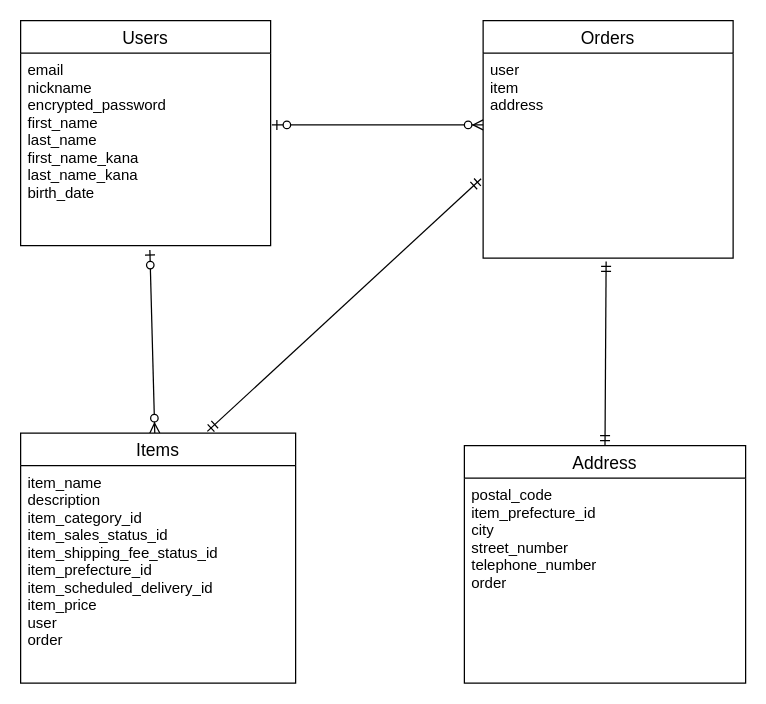
Earlier version of the draw.io diagram test.dio (Kenn1476/furima-39704). Source tidied: cells renumbered, new cells numbered last; positions are measured from the earlier drawing's top-left corner, leaving out a move shared by most shapes. Both pictures are drawn from the tidied source at 125%, with x=0, y=0 at pixel (20, 20).
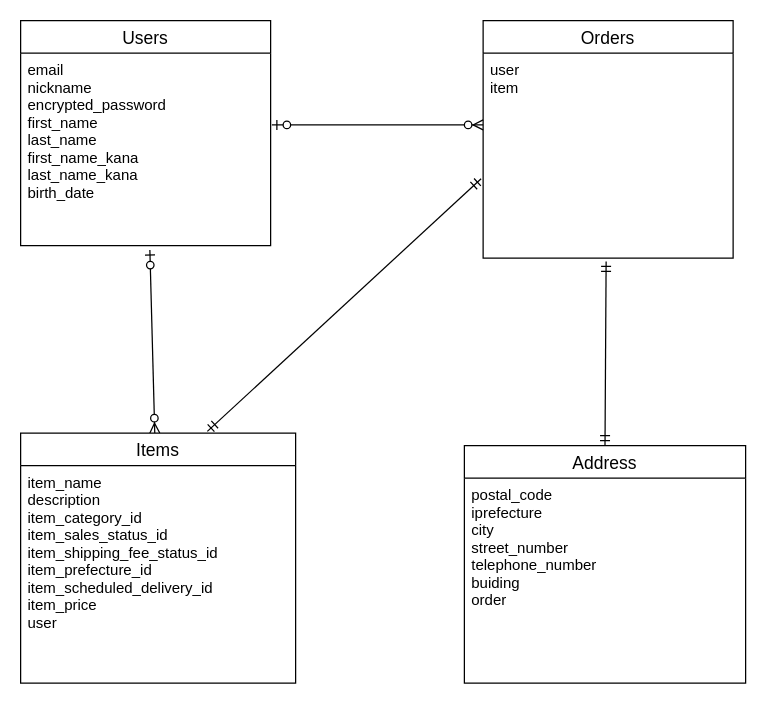
The same page after the edit.

Diff of the diagram source:
```diff
@@
 <mxGraphModel>
   <root>
     <mxCell id="0" />
     <mxCell id="1" parent="0" />
     <mxCell id="2" style="fontSize=12;html=1;endArrow=ERzeroToMany;startArrow=ERzeroToOne;exitX=0.517;exitY=1.023;exitDx=0;exitDy=0;shadow=0;exitPerimeter=0;" parent="1" edge="1" source="4" target="7">
       <mxGeometry relative="1" as="geometry" />
     </mxCell>
     <mxCell id="3" value="Users" style="swimlane;fontStyle=0;horizontal=1;startSize=26;align=center;fontSize=14;" parent="1" vertex="1">
       <mxGeometry width="200" height="180" as="geometry" />
     </mxCell>
     <mxCell id="4" value="email&#10;nickname&#10;encrypted_password&#10;first_name&#10;last_name&#10;first_name_kana&#10;last_name_kana&#10;birth_date" style="text;strokeColor=none;fillColor=none;spacingLeft=4;spacingRight=4;overflow=hidden;points=[[0,0.5],[1,0.5]];portConstraint=eastwest;fontSize=12;" parent="3" vertex="1">
       <mxGeometry y="26" width="200" height="154" as="geometry" />
     </mxCell>
     <mxCell id="5" value="Orders" style="swimlane;fontStyle=0;horizontal=1;startSize=26;align=center;fontSize=14;" parent="1" vertex="1">
       <mxGeometry x="370" width="200" height="190" as="geometry" />
     </mxCell>
-    <mxCell id="6" value="user&#10;item&#10;address" style="text;strokeColor=none;fillColor=none;spacingLeft=4;spacingRight=4;overflow=hidden;points=[[0,0.5],[1,0.5]];portConstraint=eastwest;fontSize=12;" parent="5" vertex="1">
+    <mxCell id="6" value="user&#10;item" style="text;strokeColor=none;fillColor=none;spacingLeft=4;spacingRight=4;overflow=hidden;points=[[0,0.5],[1,0.5]];portConstraint=eastwest;fontSize=12;" parent="5" vertex="1">
       <mxGeometry y="26" width="200" height="164" as="geometry" />
     </mxCell>
     <mxCell id="7" value="Items" style="swimlane;fontStyle=0;horizontal=1;startSize=26;align=center;fontSize=14;" parent="1" vertex="1">
       <mxGeometry y="330" width="220" height="200" as="geometry" />
     </mxCell>
-    <mxCell id="8" value="item_name&#10;description&#10;item_category_id&#10;item_sales_status_id&#10;item_shipping_fee_status_id&#10;item_prefecture_id&#10;item_scheduled_delivery_id&#10;item_price&#10;user&#10;order" style="text;strokeColor=none;fillColor=none;spacingLeft=4;spacingRight=4;overflow=hidden;fontSize=12;" parent="7" vertex="1">
+    <mxCell id="8" value="item_name&#10;description&#10;item_category_id&#10;item_sales_status_id&#10;item_shipping_fee_status_id&#10;item_prefecture_id&#10;item_scheduled_delivery_id&#10;item_price&#10;user" style="text;strokeColor=none;fillColor=none;spacingLeft=4;spacingRight=4;overflow=hidden;fontSize=12;" parent="7" vertex="1">
       <mxGeometry y="26" width="220" height="174" as="geometry" />
     </mxCell>
     <mxCell id="9" value="Address" style="swimlane;fontStyle=0;horizontal=1;startSize=26;align=center;fontSize=14;" parent="1" vertex="1">
       <mxGeometry x="355" y="340" width="225" height="190" as="geometry" />
     </mxCell>
-    <mxCell id="10" value="postal_code&#10;item_prefecture_id&#10;city&#10;street_number&#10;telephone_number&#10;order" style="text;strokeColor=none;fillColor=none;spacingLeft=4;spacingRight=4;overflow=hidden;fontSize=12;" parent="9" vertex="1">
+    <mxCell id="10" value="postal_code&#10;iprefecture&#10;city&#10;street_number&#10;telephone_number&#10;buiding&#10;order" style="text;strokeColor=none;fillColor=none;spacingLeft=4;spacingRight=4;overflow=hidden;fontSize=12;" parent="9" vertex="1">
       <mxGeometry y="26" width="225" height="164" as="geometry" />
     </mxCell>
     <mxCell id="11" style="fontSize=12;html=1;endArrow=ERzeroToMany;startArrow=ERzeroToOne;exitX=1.005;exitY=0.373;exitDx=0;exitDy=0;exitPerimeter=0;entryX=0;entryY=0.35;entryDx=0;entryDy=0;jumpSize=13;entryPerimeter=0;" parent="1" edge="1" source="4" target="6">
       <mxGeometry relative="1" as="geometry" />
     </mxCell>
     <mxCell id="12" style="fontSize=12;html=1;endArrow=ERmandOne;startArrow=ERmandOne;shadow=0;exitX=0.679;exitY=-0.007;exitDx=0;exitDy=0;exitPerimeter=0;entryX=-0.008;entryY=0.613;entryDx=0;entryDy=0;entryPerimeter=0;" parent="1" edge="1" source="7" target="6">
       <mxGeometry relative="1" as="geometry" />
     </mxCell>
     <mxCell id="13" style="fontSize=12;html=1;endArrow=ERmandOne;startArrow=ERmandOne;shadow=0;exitX=0.5;exitY=0;exitDx=0;exitDy=0;entryX=0.492;entryY=1.016;entryDx=0;entryDy=0;entryPerimeter=0;" parent="1" edge="1" source="9" target="6">
       <mxGeometry relative="1" as="geometry" />
     </mxCell>
   </root>
 </mxGraphModel>
```
